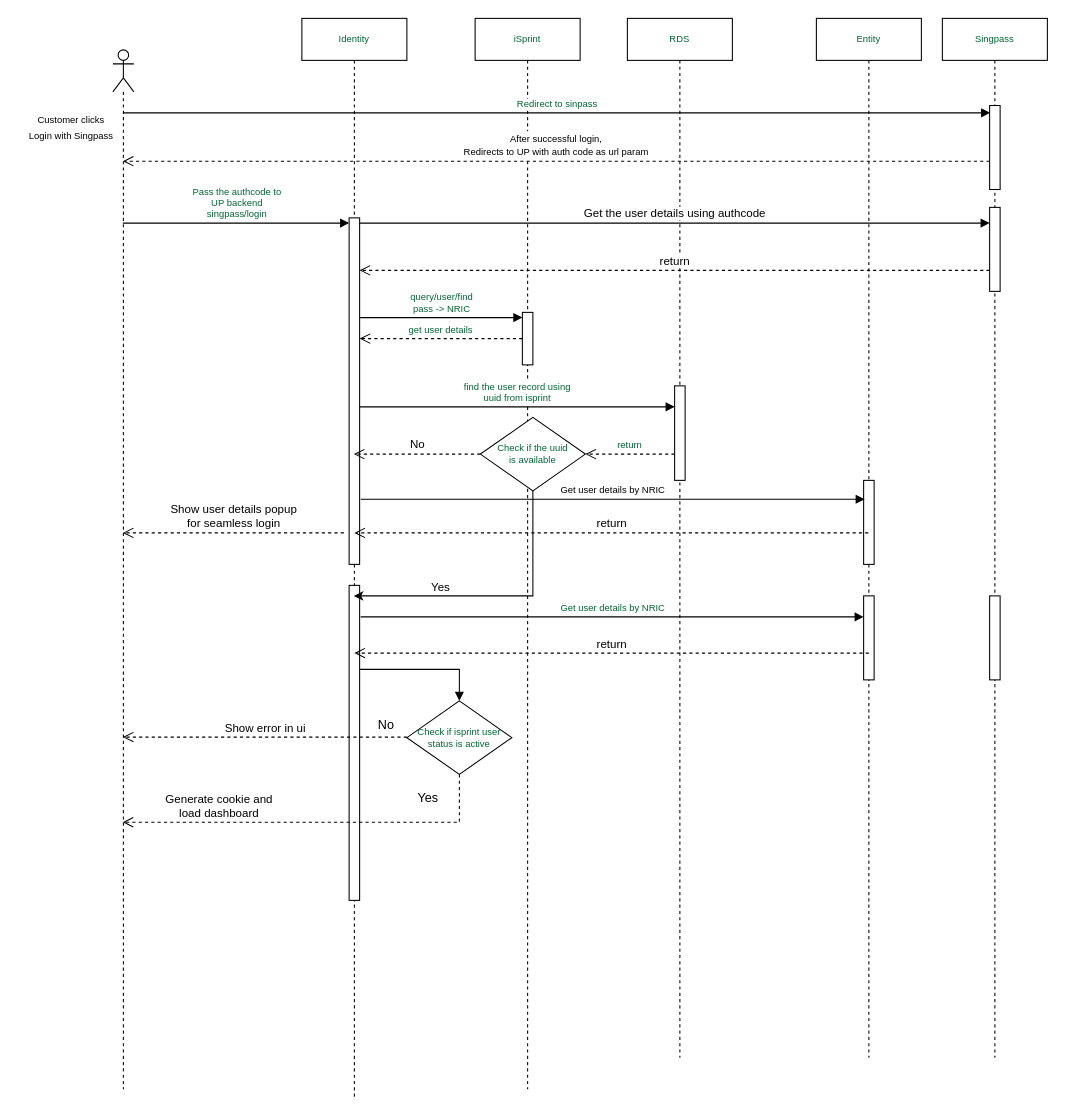
Earlier version of the draw.io diagram singpass-login-flow.drawio (ajeeshraj56/drawio). Source tidied: cells renumbered, new cells numbered last; positions are measured from the earlier drawing's top-left corner, leaving out a move shared by most shapes. Both pictures are drawn from the tidied source at 105%, with x=0, y=0 at pixel (18, 18).
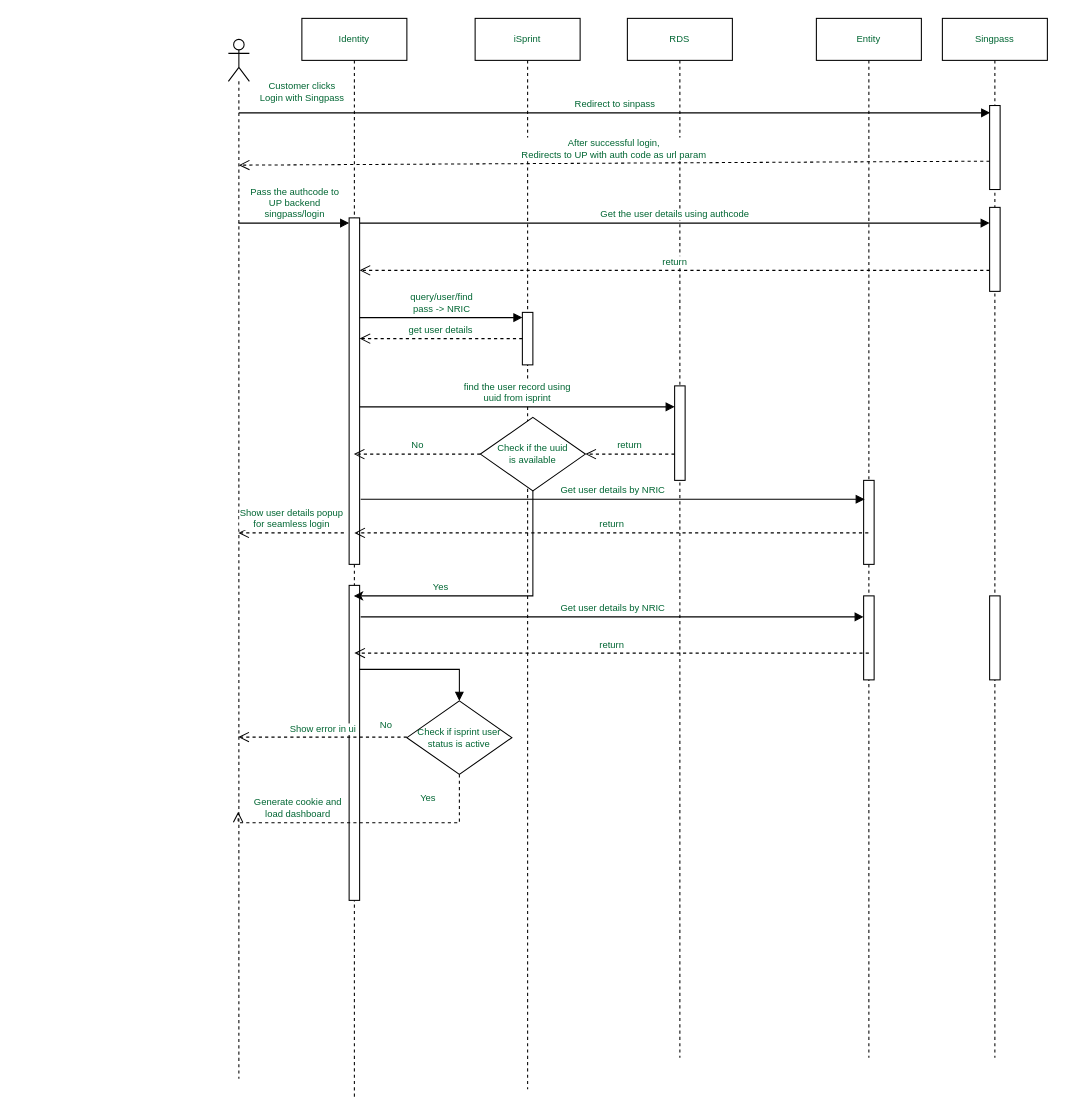
Above is the later version.

The change refers to these unchanged cells:
```xml
<mxCell id="3" value="Identity" style="shape=umlLifeline;perimeter=lifelinePerimeter;whiteSpace=wrap;html=1;outlineConnect=0;portConstraint=eastwest;newEdgeStyle={&quot;curved&quot;:0,&quot;rounded&quot;:0};fontColor=#006633;fontSize=9;" parent="1" vertex="1">
  <mxGeometry x="270" width="100" height="1030" as="geometry" />
</mxCell>
<mxCell id="4" style="html=1;points=[[0,0,0,0,5],[0,1,0,0,-5],[1,0,0,0,5],[1,1,0,0,-5]];perimeter=orthogonalPerimeter;outlineConnect=0;targetShapes=umlLifeline;portConstraint=eastwest;newEdgeStyle={&quot;curved&quot;:0,&quot;rounded&quot;:0};fontColor=#006633;fontSize=9;" parent="3" vertex="1">
  <mxGeometry x="45" y="190" width="10" height="330" as="geometry" />
</mxCell>
<mxCell id="7" style="html=1;points=[[0,0,0,0,5],[0,1,0,0,-5],[1,0,0,0,5],[1,1,0,0,-5]];perimeter=orthogonalPerimeter;outlineConnect=0;targetShapes=umlLifeline;portConstraint=eastwest;newEdgeStyle={&quot;curved&quot;:0,&quot;rounded&quot;:0};fontColor=#006633;fontSize=9;" parent="6" vertex="1">
  <mxGeometry x="45" y="280" width="10" height="50" as="geometry" />
</mxCell>
<mxCell id="10" value="Entity" style="shape=umlLifeline;perimeter=lifelinePerimeter;whiteSpace=wrap;html=1;outlineConnect=0;portConstraint=eastwest;newEdgeStyle={&quot;curved&quot;:0,&quot;rounded&quot;:0};fontColor=#006633;fontSize=9;" parent="1" vertex="1">
  <mxGeometry x="760" width="100" height="990" as="geometry" />
</mxCell>
<mxCell id="21" value="&lt;font style=&quot;font-size: 9px;&quot;&gt;Check if the uuid &lt;br style=&quot;font-size: 9px;&quot;&gt;is available&lt;/font&gt;" style="rhombus;whiteSpace=wrap;html=1;fontColor=#006633;fontSize=9;" parent="1" vertex="1">
  <mxGeometry x="440" y="380" width="100" height="70" as="geometry" />
</mxCell>
<mxCell id="27" style="html=1;points=[[0,0,0,0,5],[0,1,0,0,-5],[1,0,0,0,5],[1,1,0,0,-5]];perimeter=orthogonalPerimeter;outlineConnect=0;targetShapes=umlLifeline;portConstraint=eastwest;newEdgeStyle={&quot;curved&quot;:0,&quot;rounded&quot;:0};fontColor=#006633;fontSize=9;" parent="24" vertex="1">
  <mxGeometry x="45" y="180" width="10" height="80" as="geometry" />
</mxCell>
<mxCell id="36" value="Check if isprint user status is active" style="rhombus;whiteSpace=wrap;html=1;fontColor=#006633;fontSize=9;" parent="1" vertex="1">
  <mxGeometry x="370" y="650" width="100" height="70" as="geometry" />
</mxCell>
```

What changed in the source:
```diff
@@
     <mxCell id="2" style="shape=umlLifeline;perimeter=lifelinePerimeter;whiteSpace=wrap;html=1;outlineConnect=0;portConstraint=eastwest;newEdgeStyle={&quot;curved&quot;:0,&quot;rounded&quot;:0};participant=umlActor;fontColor=#006633;fontSize=9;" parent="1" vertex="1">
-      <mxGeometry x="90" y="30" width="20" height="990" as="geometry" />
+      <mxGeometry x="200" y="20" width="20" height="990" as="geometry" />
     </mxCell>
@@
-    <mxCell id="5" style="html=1;points=[[0,0,0,0,5],[0,1,0,0,-5],[1,0,0,0,5],[1,1,0,0,-5]];perimeter=orthogonalPerimeter;outlineConnect=0;targetShapes=umlLifeline;portConstraint=eastwest;newEdgeStyle={&quot;curved&quot;:0,&quot;rounded&quot;:0};" parent="3" vertex="1">
+    <mxCell id="5" style="html=1;points=[[0,0,0,0,5],[0,1,0,0,-5],[1,0,0,0,5],[1,1,0,0,-5]];perimeter=orthogonalPerimeter;outlineConnect=0;targetShapes=umlLifeline;portConstraint=eastwest;newEdgeStyle={&quot;curved&quot;:0,&quot;rounded&quot;:0};fontSize=9;fontColor=#006633;" parent="3" vertex="1">
       <mxGeometry x="45" y="540" width="10" height="300" as="geometry" />
     </mxCell>
@@
     <mxCell id="13" value="Redirect to sinpass" style="html=1;verticalAlign=bottom;endArrow=block;curved=0;rounded=0;fontColor=#006633;fontSize=9;" parent="1" edge="1">
       <mxGeometry relative="1" as="geometry">
-        <mxPoint x="100" y="90" as="sourcePoint" />
+        <mxPoint x="210" y="90" as="sourcePoint" />
         <mxPoint x="925.5" y="90" as="targetPoint" />
       </mxGeometry>
     </mxCell>
-    <mxCell id="14" value="Pass the authcode to &lt;br&gt;UP backend&lt;br&gt;singpass/login" style="html=1;verticalAlign=bottom;endArrow=block;curved=0;rounded=0;entryX=0;entryY=0;entryDx=0;entryDy=5;fontColor=#006633;fontSize=9;" parent="1" edge="1" source="2" target="4">
+    <mxCell id="14" value="Pass the authcode to &lt;br style=&quot;font-size: 9px;&quot;&gt;UP backend&lt;br style=&quot;font-size: 9px;&quot;&gt;singpass/login" style="html=1;verticalAlign=bottom;endArrow=block;curved=0;rounded=0;entryX=0;entryY=0;entryDx=0;entryDy=5;fontColor=#006633;fontSize=9;" parent="1" edge="1" source="2" target="4">
       <mxGeometry relative="1" as="geometry" />
     </mxCell>
-    <mxCell id="15" value="&lt;font style=&quot;&quot;&gt;query/user/find&lt;br&gt;pass -&amp;gt; NRIC&lt;br style=&quot;font-size: 9px;&quot;&gt;&lt;/font&gt;" style="html=1;verticalAlign=bottom;endArrow=block;curved=0;rounded=0;entryX=0;entryY=0;entryDx=0;entryDy=5;entryPerimeter=0;fontColor=#006633;fontSize=9;" parent="1" edge="1" source="4" target="7">
+    <mxCell id="15" value="&lt;font style=&quot;font-size: 9px;&quot;&gt;query/user/find&lt;br style=&quot;font-size: 9px;&quot;&gt;pass -&amp;gt; NRIC&lt;br style=&quot;font-size: 9px;&quot;&gt;&lt;/font&gt;" style="html=1;verticalAlign=bottom;endArrow=block;curved=0;rounded=0;entryX=0;entryY=0;entryDx=0;entryDy=5;entryPerimeter=0;fontColor=#006633;fontSize=9;" parent="1" edge="1" source="4" target="7">
       <mxGeometry relative="1" as="geometry" />
     </mxCell>
@@
-    <mxCell id="19" style="edgeStyle=orthogonalEdgeStyle;rounded=0;jettySize=auto;html=1;exitX=0.5;exitY=1;exitDx=0;exitDy=0;" parent="1" edge="1" source="21" target="3">
+    <mxCell id="19" style="edgeStyle=orthogonalEdgeStyle;rounded=0;jettySize=auto;html=1;exitX=0.5;exitY=1;exitDx=0;exitDy=0;fontSize=9;fontColor=#006633;" parent="1" edge="1" source="21" target="3">
       <mxGeometry relative="1" as="geometry">
         <Array as="points">
           <mxPoint x="490" y="550" />
         </Array>
       </mxGeometry>
     </mxCell>
-    <mxCell id="20" value="Yes" style="edgeLabel;html=1;align=center;verticalAlign=middle;" parent="19" vertex="1">
+    <mxCell id="20" value="Yes" style="edgeLabel;html=1;align=center;verticalAlign=middle;fontSize=9;fontColor=#006633;" parent="19" vertex="1">
       <mxGeometry x="0.4" y="-9" relative="1" as="geometry" />
     </mxCell>
@@
-    <mxCell id="23" value="&lt;font style=&quot;font-size: 9px;&quot;&gt;Customer clicks &lt;br&gt;Login with Singpass&lt;/font&gt;" style="text;html=1;align=center;verticalAlign=middle;strokeColor=none;fillColor=none;" parent="1" vertex="1">
-      <mxGeometry y="83" width="100" height="40" as="geometry" />
+    <mxCell id="23" value="&lt;font style=&quot;font-size: 9px;&quot;&gt;Customer clicks &lt;br style=&quot;font-size: 9px;&quot;&gt;Login with Singpass&lt;/font&gt;" style="text;html=1;align=center;verticalAlign=middle;strokeColor=none;fillColor=none;fontSize=9;fontColor=#006633;" parent="1" vertex="1">
+      <mxGeometry x="220" y="50" width="100" height="40" as="geometry" />
     </mxCell>
@@
-    <mxCell id="28" value="&lt;font style=&quot;font-size: 9px;&quot;&gt;After successful login,&lt;br&gt;Redirects to UP with auth code as url param&lt;/font&gt;" style="html=1;verticalAlign=bottom;endArrow=open;dashed=1;endSize=8;curved=0;rounded=0;" parent="1" edge="1">
+    <mxCell id="28" value="&lt;font style=&quot;font-size: 9px;&quot;&gt;After successful login,&lt;br style=&quot;font-size: 9px;&quot;&gt;Redirects to UP with auth code as url param&lt;/font&gt;" style="html=1;verticalAlign=bottom;endArrow=open;dashed=1;endSize=8;curved=0;rounded=0;fontSize=9;fontColor=#006633;entryX=0.5;entryY=0.121;entryDx=0;entryDy=0;entryPerimeter=0;" parent="1" edge="1" target="2">
       <mxGeometry relative="1" as="geometry">
         <mxPoint x="925" y="136" as="sourcePoint" />
-        <mxPoint x="99.5" y="136" as="targetPoint" />
       </mxGeometry>
     </mxCell>
-    <mxCell id="29" value="Get the user details using authcode" style="html=1;verticalAlign=bottom;endArrow=block;curved=0;rounded=0;exitX=1;exitY=0;exitDx=0;exitDy=5;exitPerimeter=0;" parent="1" edge="1" source="4" target="27">
+    <mxCell id="29" value="Get the user details using authcode" style="html=1;verticalAlign=bottom;endArrow=block;curved=0;rounded=0;exitX=1;exitY=0;exitDx=0;exitDy=5;exitPerimeter=0;fontSize=9;fontColor=#006633;" parent="1" edge="1" source="4" target="27">
       <mxGeometry relative="1" as="geometry" />
     </mxCell>
-    <mxCell id="30" value="return" style="html=1;verticalAlign=bottom;endArrow=open;dashed=1;endSize=8;curved=0;rounded=0;" parent="1" edge="1">
+    <mxCell id="30" value="return" style="html=1;verticalAlign=bottom;endArrow=open;dashed=1;endSize=8;curved=0;rounded=0;fontSize=9;fontColor=#006633;" parent="1" edge="1">
       <mxGeometry relative="1" as="geometry">
         <mxPoint x="925" y="240" as="sourcePoint" />
         <mxPoint x="325" y="240" as="targetPoint" />
       </mxGeometry>
     </mxCell>
-    <mxCell id="31" value="No" style="html=1;verticalAlign=bottom;endArrow=open;dashed=1;endSize=8;curved=0;rounded=0;exitX=0;exitY=0.5;exitDx=0;exitDy=0;" parent="1" edge="1" source="21" target="3">
+    <mxCell id="31" value="No" style="html=1;verticalAlign=bottom;endArrow=open;dashed=1;endSize=8;curved=0;rounded=0;exitX=0;exitY=0.5;exitDx=0;exitDy=0;fontSize=9;fontColor=#006633;" parent="1" edge="1" source="21" target="3">
       <mxGeometry relative="1" as="geometry" />
     </mxCell>
-    <mxCell id="32" value="&lt;font style=&quot;font-size: 9px;&quot;&gt;Get user details by NRIC&lt;/font&gt;" style="html=1;verticalAlign=bottom;endArrow=block;curved=0;rounded=0;" parent="1" edge="1">
+    <mxCell id="32" value="&lt;font style=&quot;font-size: 9px;&quot;&gt;Get user details by NRIC&lt;/font&gt;" style="html=1;verticalAlign=bottom;endArrow=block;curved=0;rounded=0;fontSize=9;fontColor=#006633;" parent="1" edge="1">
       <mxGeometry relative="1" as="geometry">
         <mxPoint x="326" y="458" as="sourcePoint" />
         <mxPoint x="806" y="458" as="targetPoint" />
       </mxGeometry>
     </mxCell>
-    <mxCell id="33" value="return" style="html=1;verticalAlign=bottom;endArrow=open;dashed=1;endSize=8;curved=0;rounded=0;" parent="1" edge="1" source="10">
+    <mxCell id="33" value="return" style="html=1;verticalAlign=bottom;endArrow=open;dashed=1;endSize=8;curved=0;rounded=0;fontSize=9;fontColor=#006633;" parent="1" edge="1" source="10">
       <mxGeometry relative="1" as="geometry">
         <mxPoint x="320" y="490" as="targetPoint" />
       </mxGeometry>
     </mxCell>
-    <mxCell id="34" value="Show user details popup&lt;br&gt;for seamless login" style="html=1;verticalAlign=bottom;endArrow=open;dashed=1;endSize=8;curved=0;rounded=0;" parent="1" edge="1" target="2">
+    <mxCell id="34" value="Show user details popup&lt;br style=&quot;font-size: 9px;&quot;&gt;for seamless login" style="html=1;verticalAlign=bottom;endArrow=open;dashed=1;endSize=8;curved=0;rounded=0;fontSize=9;fontColor=#006633;" parent="1" edge="1" target="2">
       <mxGeometry relative="1" as="geometry">
         <mxPoint x="310" y="490" as="sourcePoint" />
       </mxGeometry>
     </mxCell>
-    <mxCell id="35" value="return" style="html=1;verticalAlign=bottom;endArrow=open;dashed=1;endSize=8;curved=0;rounded=0;" parent="1" edge="1">
+    <mxCell id="35" value="return" style="html=1;verticalAlign=bottom;endArrow=open;dashed=1;endSize=8;curved=0;rounded=0;fontSize=9;fontColor=#006633;" parent="1" edge="1">
       <mxGeometry relative="1" as="geometry">
         <mxPoint x="810" y="604.5" as="sourcePoint" />
         <mxPoint x="320" y="604.5" as="targetPoint" />
       </mxGeometry>
     </mxCell>
@@
-    <mxCell id="37" style="html=1;verticalAlign=bottom;endArrow=block;rounded=0;entryX=0.5;entryY=0;entryDx=0;entryDy=0;edgeStyle=orthogonalEdgeStyle;" parent="1" edge="1" source="5" target="36">
+    <mxCell id="37" style="html=1;verticalAlign=bottom;endArrow=block;rounded=0;entryX=0.5;entryY=0;entryDx=0;entryDy=0;edgeStyle=orthogonalEdgeStyle;fontSize=9;fontColor=#006633;" parent="1" edge="1" source="5" target="36">
       <mxGeometry relative="1" as="geometry">
         <Array as="points">
           <mxPoint x="420" y="620" />
         </Array>
       </mxGeometry>
     </mxCell>
-    <mxCell id="38" value="Show error in ui" style="html=1;verticalAlign=bottom;endArrow=open;dashed=1;endSize=8;curved=0;rounded=0;" parent="1" edge="1" target="2">
+    <mxCell id="38" value="Show error in ui" style="html=1;verticalAlign=bottom;endArrow=open;dashed=1;endSize=8;curved=0;rounded=0;fontSize=9;fontColor=#006633;" parent="1" edge="1" target="2">
       <mxGeometry relative="1" as="geometry">
         <mxPoint x="370" y="684.5" as="sourcePoint" />
       </mxGeometry>
     </mxCell>
-    <mxCell id="39" value="No" style="text;html=1;align=center;verticalAlign=middle;strokeColor=none;fillColor=none;" parent="1" vertex="1">
-      <mxGeometry x="330" y="658" width="40" height="30" as="geometry" />
+    <mxCell id="39" value="No" style="text;html=1;align=center;verticalAlign=middle;strokeColor=none;fillColor=none;fontSize=9;fontColor=#006633;" parent="1" vertex="1">
+      <mxGeometry x="330" y="663" width="40" height="20" as="geometry" />
     </mxCell>
-    <mxCell id="40" value="Generate cookie and &lt;br&gt;load dashboard" style="html=1;verticalAlign=bottom;endArrow=open;dashed=1;endSize=8;rounded=0;exitX=0.5;exitY=1;exitDx=0;exitDy=0;entryX=0.467;entryY=0.743;entryDx=0;entryDy=0;entryPerimeter=0;edgeStyle=orthogonalEdgeStyle;" parent="1" edge="1" source="36" target="2">
+    <mxCell id="40" value="Generate cookie and &lt;br style=&quot;font-size: 9px;&quot;&gt;load dashboard" style="html=1;verticalAlign=bottom;endArrow=open;dashed=1;endSize=8;rounded=0;exitX=0.5;exitY=1;exitDx=0;exitDy=0;entryX=0.467;entryY=0.743;entryDx=0;entryDy=0;entryPerimeter=0;edgeStyle=orthogonalEdgeStyle;fontSize=9;fontColor=#006633;" parent="1" edge="1" source="36" target="2">
       <mxGeometry x="0.5" relative="1" as="geometry">
         <Array as="points">
           <mxPoint x="420" y="766" />
         </Array>
       </mxGeometry>
     </mxCell>
-    <mxCell id="41" value="Yes" style="text;html=1;align=center;verticalAlign=middle;strokeColor=none;fillColor=none;" parent="1" vertex="1">
-      <mxGeometry x="370" y="728" width="40" height="30" as="geometry" />
+    <mxCell id="41" value="Yes" style="text;html=1;align=center;verticalAlign=middle;strokeColor=none;fillColor=none;fontSize=9;fontColor=#006633;" parent="1" vertex="1">
+      <mxGeometry x="370" y="733" width="40" height="20" as="geometry" />
     </mxCell>
```
